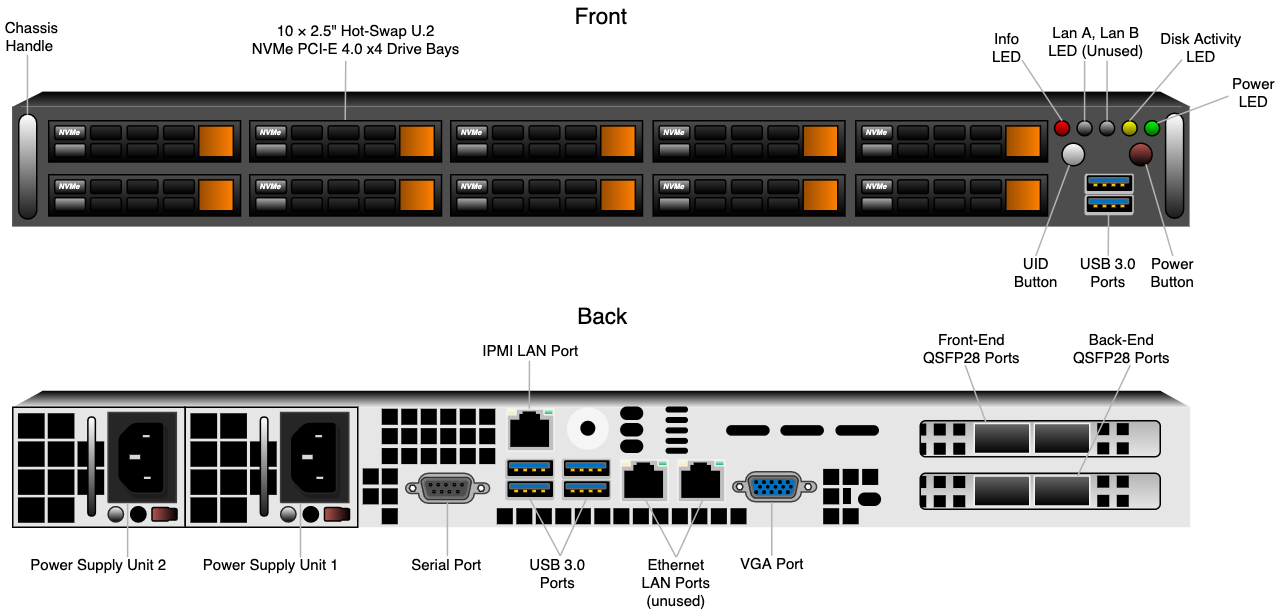
Earlier version of the draw.io export supermicro/images/supermicro-front-back-diagram.png (Qumulo/docs). Source tidied: cells renumbered, new cells last; positions are measured from the earlier drawing's top-left corner, leaving out a move shared by most shapes.
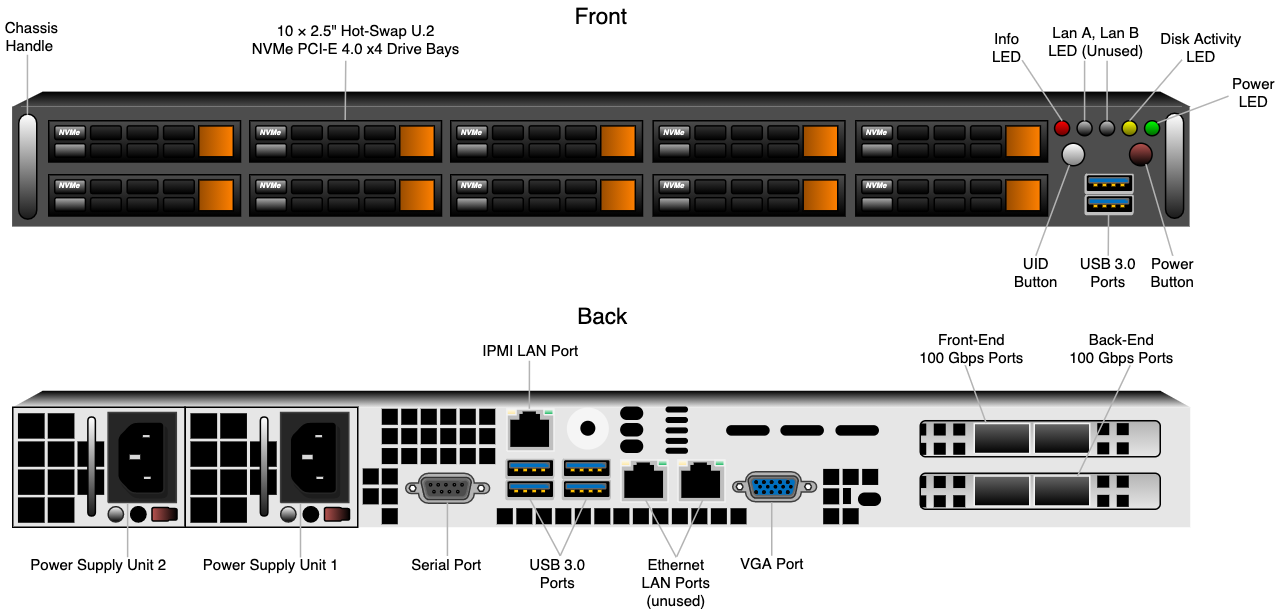
After the commit.

The edit, as a diff of the source:
```diff
@@ -1160,7 +1160,7 @@
         <mxPoint x="369.4" y="272" as="targetPoint" />
       </mxGeometry>
     </mxCell>
-    <mxCell id="383" value="Front-End QSFP28&amp;nbsp;Ports" style="text;whiteSpace=wrap;html=1;fontSize=10;align=center;" parent="1" vertex="1">
+    <mxCell id="383" value="Front-End&lt;br&gt;100 Gbps Ports" style="text;whiteSpace=wrap;html=1;fontSize=10;align=center;" parent="1" vertex="1">
       <mxGeometry x="628.1" y="212.8" width="72.7" height="20" as="geometry" />
     </mxCell>
     <mxCell id="384" style="group;" parent="1" vertex="1">
@@ -1292,7 +1292,7 @@
         <mxPoint x="467.3" y="371" as="targetPoint" />
       </mxGeometry>
     </mxCell>
-    <mxCell id="422" value="Back-End QSFP28 Ports" style="text;whiteSpace=wrap;html=1;fontSize=10;align=center;" parent="1" vertex="1">
+    <mxCell id="422" value="Back-End&lt;br&gt;100 Gbps Ports" style="text;whiteSpace=wrap;html=1;fontSize=10;align=center;" parent="1" vertex="1">
       <mxGeometry x="727.6" y="212.8" width="72.7" height="20" as="geometry" />
     </mxCell>
     <mxCell id="423" style="endArrow=none;html=1;fontSize=10;shadow=0;strokeColor=#B3B3B3;entryX=0.214;entryY=-0.02;entryDx=0;entryDy=0;entryPerimeter=0;" parent="1" edge="1" target="391">
```
